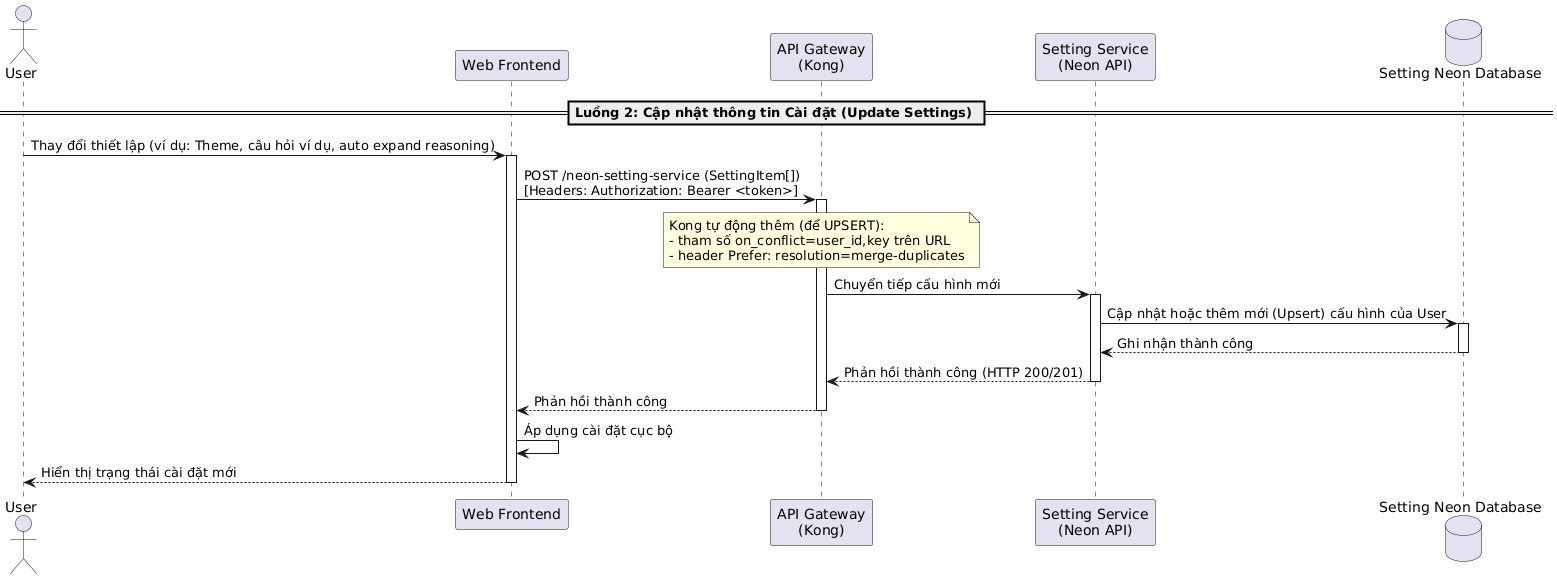
Earlier version of the PlantUML export latex/contents/Sequence/UML-Sequence-UserUpdateSettings.png (20206205Tech/docs-latex).
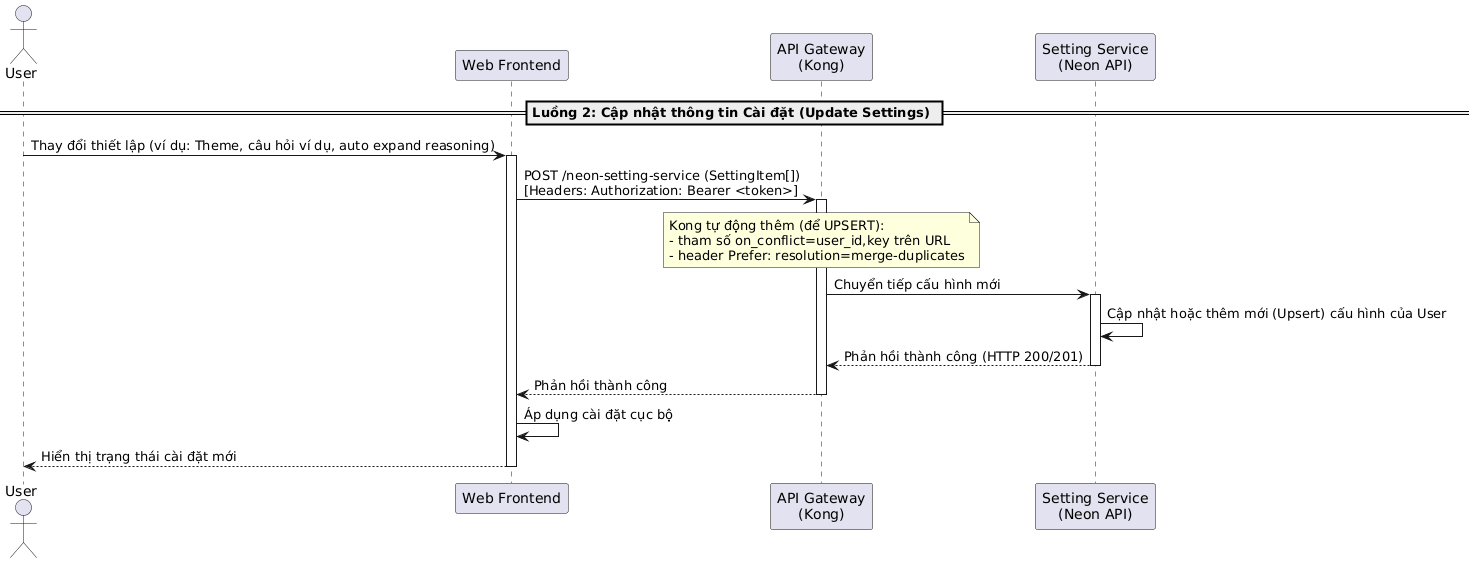
The same diagram one commit later.

Diff of the diagram source:
```diff
@@ -3,7 +3,6 @@
 participant "Web Frontend" as Frontend
 participant "API Gateway\n(Kong)" as Kong
 participant "Setting Service\n(Neon API)" as SettingService
-database "Setting Neon Database" as DB
 
 == Luồng 2: Cập nhật thông tin Cài đặt (Update Settings) ==
 User -> Frontend: Thay đổi thiết lập (ví dụ: Theme, câu hỏi ví dụ, auto expand reasoning)
@@ -12,14 +11,15 @@
 Frontend -> Kong: POST /neon-setting-service (SettingItem[]) \n[Headers: Authorization: Bearer <token>]
 activate Kong
 note over Kong: Kong tự động thêm (để UPSERT):\n- tham số on_conflict=user_id,key trên URL\n- header Prefer: resolution=merge-duplicates
+
 Kong -> SettingService: Chuyển tiếp cấu hình mới
 activate SettingService
-SettingService -> DB: Cập nhật hoặc thêm mới (Upsert) cấu hình của User
-activate DB
-DB --> SettingService: Ghi nhận thành công
-deactivate DB
+
+SettingService -> SettingService: Cập nhật hoặc thêm mới (Upsert) cấu hình của User
+
 SettingService --> Kong: Phản hồi thành công (HTTP 200/201)
 deactivate SettingService
+
 Kong --> Frontend: Phản hồi thành công
 deactivate Kong
 
```
